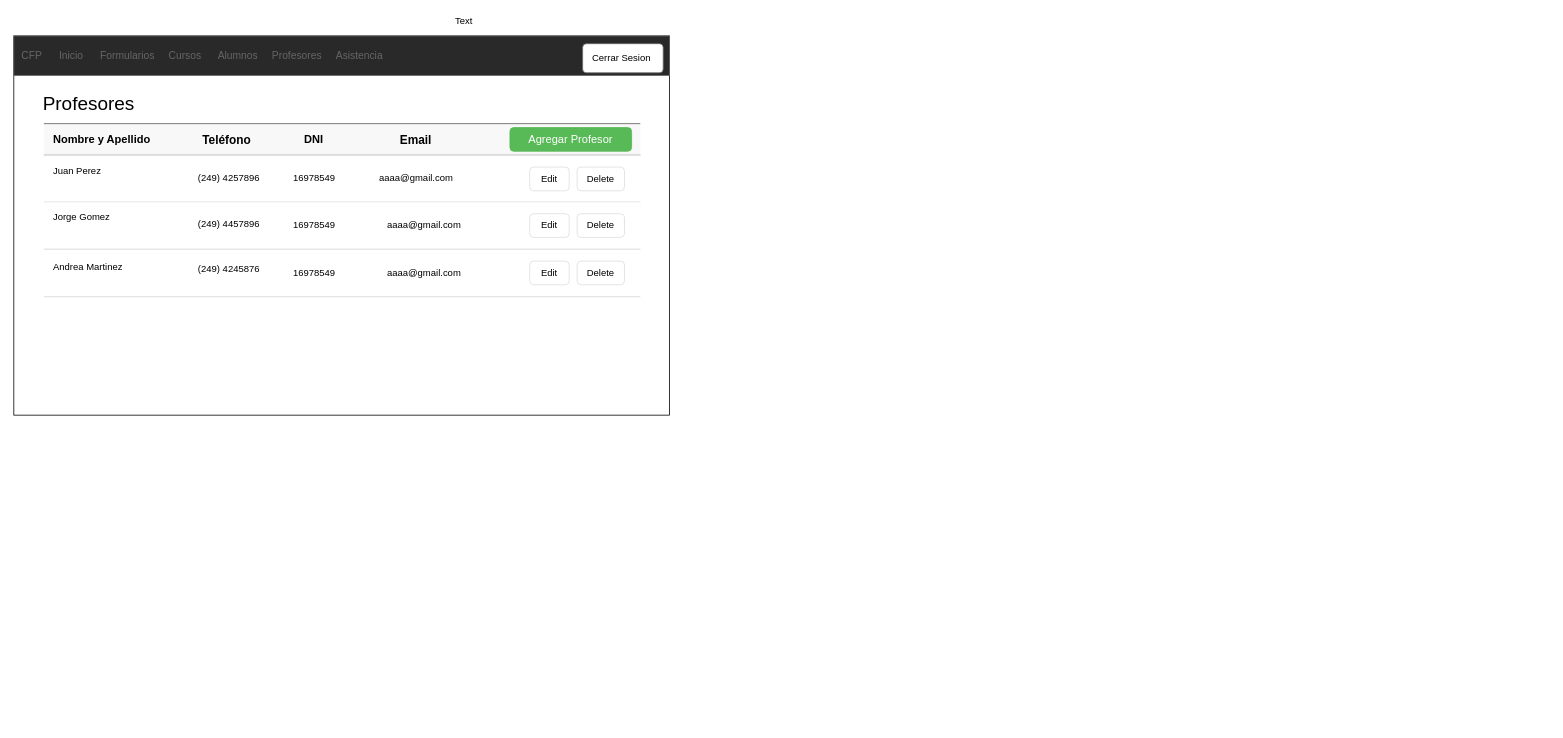
Above: - HTML/Profesores.drawio in mariela21180/institucional-cfp (draw.io), before the change. Source tidied: cells renumbered, new cells numbered last; positions are measured from the earlier drawing's top-left corner, leaving out a move shared by most shapes. Both pictures are drawn from the tidied source at 79%, with x=0, y=0 at pixel (13, 13).
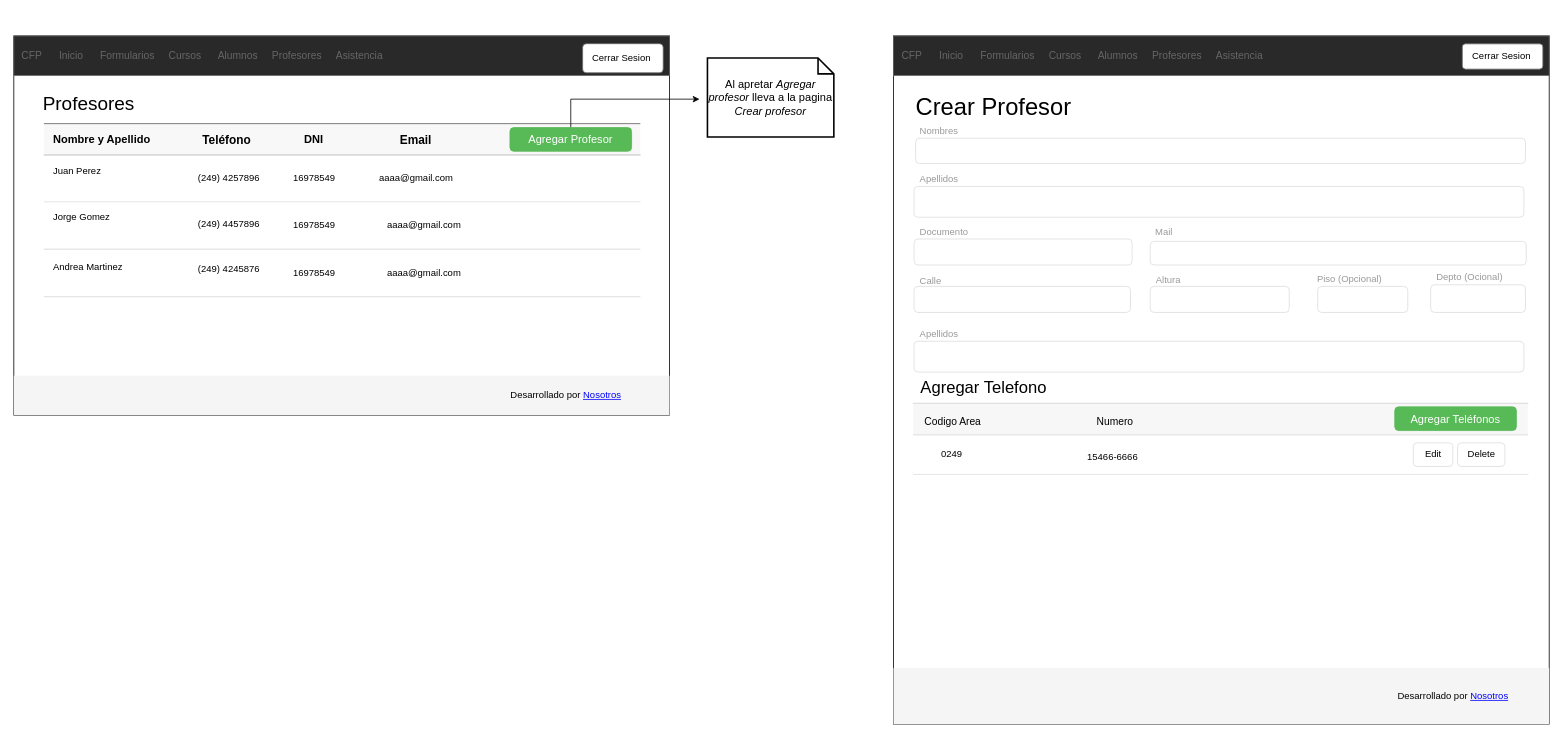
The same page after the edit.

Commit message (it also covers changes not shown here):
#3 mockup profesor / agregar profesor terminados

The change refers to these unchanged cells:
```xml
<mxCell id="2" style="strokeWidth=1;shadow=0;dashed=0;align=center;html=1;shape=mxgraph.mockup.containers.rrect;rSize=0;fontSize=17;verticalAlign=top;whiteSpace=wrap;spacingTop=32;fillColor=#ffffff;" parent="1" vertex="1">
  <mxGeometry y="28" width="830" height="480" as="geometry" />
</mxCell>
<mxCell id="8" style="html=1;shadow=0;dashed=0;shape=mxgraph.bootstrap.horLines;fillOpacity=3;fillColor=#333333;strokeColor=#666666;fontColor=#333333;" parent="7" vertex="1">
  <mxGeometry width="755" height="40" relative="1" as="geometry" />
</mxCell>
<mxCell id="13" value="Agregar Profesor" style="html=1;shadow=0;dashed=0;shape=mxgraph.bootstrap.rrect;rSize=5;fillColor=#58B957;align=center;strokeColor=#58B957;fontColor=#ffffff;fontSize=14;whiteSpace=wrap;" parent="8" vertex="1">
  <mxGeometry x="590" y="5" width="154" height="30" as="geometry" />
</mxCell>
<mxCell id="14" style="strokeColor=inherit;fillColor=inherit;gradientColor=inherit;html=1;shadow=0;dashed=0;shape=mxgraph.bootstrap.horLines;" parent="7" vertex="1">
  <mxGeometry width="755" height="60" relative="1" as="geometry">
    <mxPoint y="40" as="offset" />
  </mxGeometry>
</mxCell>
<mxCell id="21" style="strokeColor=inherit;fillColor=inherit;gradientColor=inherit;html=1;shadow=0;dashed=0;shape=mxgraph.bootstrap.horLines;" parent="7" vertex="1">
  <mxGeometry width="755" height="60" relative="1" as="geometry">
    <mxPoint y="99" as="offset" />
  </mxGeometry>
</mxCell>
<mxCell id="28" style="strokeColor=inherit;fillColor=inherit;gradientColor=inherit;html=1;shadow=0;dashed=0;shape=mxgraph.bootstrap.horLines;" parent="7" vertex="1">
  <mxGeometry width="755" height="60" relative="1" as="geometry">
    <mxPoint y="159" as="offset" />
  </mxGeometry>
</mxCell>
```

Change to the diagram source:
```diff
@@
+    <mxCell id="36" style="edgeStyle=orthogonalEdgeStyle;rounded=0;jettySize=auto;html=1;" parent="8" edge="1" source="13">
+      <mxGeometry relative="1" as="geometry">
+        <mxPoint x="830" y="-31" as="targetPoint" />
+        <Array as="points">
+          <mxPoint x="667" y="-31" />
+        </Array>
+      </mxGeometry>
+    </mxCell>
@@
-    <mxCell id="16" value="Edit" style="html=1;shadow=0;dashed=0;shape=mxgraph.bootstrap.rrect;rSize=5;strokeColor=#dddddd;fillColor=#ffffff;whiteSpace=wrap;" parent="14" vertex="1">
-      <mxGeometry x="1" width="50" height="30" relative="1" as="geometry">
-        <mxPoint x="-140" y="15" as="offset" />
-      </mxGeometry>
-    </mxCell>
-    <mxCell id="17" value="Delete" style="html=1;shadow=0;dashed=0;shape=mxgraph.bootstrap.rrect;rSize=5;strokeColor=#dddddd;fillColor=#ffffff;whiteSpace=wrap;" parent="14" vertex="1">
-      <mxGeometry x="1" width="60" height="30" relative="1" as="geometry">
-        <mxPoint x="-80" y="15" as="offset" />
-      </mxGeometry>
-    </mxCell>
@@
-    <mxCell id="23" value="Edit" style="html=1;shadow=0;dashed=0;shape=mxgraph.bootstrap.rrect;rSize=5;strokeColor=#dddddd;fillColor=#ffffff;whiteSpace=wrap;" parent="21" vertex="1">
-      <mxGeometry x="1" width="50" height="30" relative="1" as="geometry">
-        <mxPoint x="-140" y="15" as="offset" />
-      </mxGeometry>
-    </mxCell>
-    <mxCell id="24" value="Delete" style="html=1;shadow=0;dashed=0;shape=mxgraph.bootstrap.rrect;rSize=5;strokeColor=#dddddd;fillColor=#ffffff;whiteSpace=wrap;" parent="21" vertex="1">
-      <mxGeometry x="1" width="60" height="30" relative="1" as="geometry">
-        <mxPoint x="-80" y="15" as="offset" />
-      </mxGeometry>
-    </mxCell>
@@
-    <mxCell id="30" value="Edit" style="html=1;shadow=0;dashed=0;shape=mxgraph.bootstrap.rrect;rSize=5;strokeColor=#dddddd;fillColor=#ffffff;whiteSpace=wrap;" parent="28" vertex="1">
-      <mxGeometry x="1" width="50" height="30" relative="1" as="geometry">
-        <mxPoint x="-140" y="15" as="offset" />
-      </mxGeometry>
-    </mxCell>
-    <mxCell id="31" value="Delete" style="html=1;shadow=0;dashed=0;shape=mxgraph.bootstrap.rrect;rSize=5;strokeColor=#dddddd;fillColor=#ffffff;whiteSpace=wrap;" parent="28" vertex="1">
-      <mxGeometry x="1" width="60" height="30" relative="1" as="geometry">
-        <mxPoint x="-80" y="15" as="offset" />
-      </mxGeometry>
-    </mxCell>
@@
-    <mxCell id="35" value="Text" style="text;html=1;align=left;verticalAlign=top;spacingTop=-4;" parent="1" vertex="1">
-      <mxGeometry x="557" width="40" height="20" as="geometry" />
-    </mxCell>
+    <mxCell id="37" style="rounded=0;whiteSpace=wrap;html=1;fillColor=#f5f5f5;strokeColor=none;fontColor=#333333;" parent="2" vertex="1">
+      <mxGeometry y="430" width="830" height="50" as="geometry" />
+    </mxCell>
+    <mxCell id="38" value="Desarrollado por &lt;font color=&quot;#0000ff&quot;&gt;&lt;u&gt;Nosotros&lt;/u&gt;&lt;/font&gt;" style="text;html=1;strokeColor=none;fillColor=none;align=center;verticalAlign=middle;whiteSpace=wrap;rounded=0;" parent="2" vertex="1">
+      <mxGeometry x="588" y="445" width="222" height="20" as="geometry" />
+    </mxCell>
+    <mxCell id="39" value="Al apretar &lt;i&gt;Agregar profesor&lt;/i&gt; lleva a la pagina &lt;i&gt;Crear profesor&lt;/i&gt;" style="shape=note;strokeWidth=2;fontSize=14;size=20;whiteSpace=wrap;html=1;" parent="1" vertex="1">
+      <mxGeometry x="878" y="56" width="160" height="100" as="geometry" />
+    </mxCell>
+    <mxCell id="40" style="strokeWidth=1;shadow=0;dashed=0;align=center;html=1;shape=mxgraph.mockup.containers.rrect;rSize=0;fontSize=17;verticalAlign=top;whiteSpace=wrap;spacingTop=32;fillColor=#ffffff;" parent="1" vertex="1">
+      <mxGeometry x="1113.5" y="28" width="830" height="871" as="geometry" />
+    </mxCell>
+    <mxCell id="41" value="&lt;font style=&quot;font-size: 13px&quot;&gt;CFP&amp;nbsp; &amp;nbsp; &amp;nbsp; Inicio&amp;nbsp; &amp;nbsp; &amp;nbsp; Formularios&amp;nbsp; &amp;nbsp; &amp;nbsp;Cursos&amp;nbsp; &amp;nbsp; &amp;nbsp; Alumnos&amp;nbsp; &amp;nbsp; &amp;nbsp;Profesores&amp;nbsp; &amp;nbsp; &amp;nbsp;Asistencia&lt;/font&gt;" style="strokeWidth=1;shadow=0;dashed=0;align=center;html=1;shape=mxgraph.mockup.containers.rrect;rSize=0;fontSize=17;fontColor=#666666;strokeColor=#666666;align=left;spacingLeft=8;fillColor=#292929;" parent="40" vertex="1">
+      <mxGeometry width="830" height="50" relative="1" as="geometry" />
+    </mxCell>
+    <mxCell id="42" value="Cerrar Sesion&amp;nbsp;" style="rounded=1;whiteSpace=wrap;html=1;strokeColor=#666666;fillColor=#FFFFFF;arcSize=13;" parent="40" vertex="1">
+      <mxGeometry x="720" y="10" width="102" height="32" as="geometry" />
+    </mxCell>
+    <mxCell id="43" style="text;html=1;align=left;verticalAlign=top;spacingTop=-4;" parent="40" vertex="1">
+      <mxGeometry x="330" y="471.8" width="20" height="20" as="geometry" />
+    </mxCell>
+    <mxCell id="44" style="rounded=0;whiteSpace=wrap;html=1;fillColor=#f5f5f5;strokeColor=none;fontColor=#333333;" parent="40" vertex="1">
+      <mxGeometry y="800" width="830" height="71" as="geometry" />
+    </mxCell>
+    <mxCell id="45" value="Desarrollado por &lt;font color=&quot;#0000ff&quot;&gt;&lt;u&gt;Nosotros&lt;/u&gt;&lt;/font&gt;" style="text;html=1;strokeColor=none;fillColor=none;align=center;verticalAlign=middle;whiteSpace=wrap;rounded=0;" parent="40" vertex="1">
+      <mxGeometry x="597.5" y="817.5" width="222" height="36.3" as="geometry" />
+    </mxCell>
+    <mxCell id="46" value="Apellidos" style="html=1;shadow=0;dashed=0;shape=mxgraph.bootstrap.rect;strokeColor=none;fillColor=none;fontColor=#999999;align=left;spacingLeft=5;whiteSpace=wrap;rounded=0;" parent="40" vertex="1">
+      <mxGeometry x="26" y="171.5" width="62" height="19" as="geometry" />
+    </mxCell>
+    <mxCell id="47" style="html=1;shadow=0;dashed=0;shape=mxgraph.bootstrap.rrect;rSize=5;strokeColor=#dddddd;align=left;spacingLeft=10;fontSize=16;whiteSpace=wrap;rounded=0;" parent="40" vertex="1">
+      <mxGeometry x="28" y="129.5" width="772" height="32" as="geometry" />
+    </mxCell>
+    <mxCell id="48" value="Nombres" style="html=1;shadow=0;dashed=0;shape=mxgraph.bootstrap.rect;strokeColor=none;fillColor=none;fontColor=#999999;align=left;spacingLeft=5;whiteSpace=wrap;rounded=0;" parent="40" vertex="1">
+      <mxGeometry x="26" y="109" width="65" height="21" as="geometry" />
+    </mxCell>
+    <mxCell id="49" style="html=1;shadow=0;dashed=0;shape=mxgraph.bootstrap.rrect;rSize=5;strokeColor=#dddddd;align=left;spacingLeft=10;fontSize=16;whiteSpace=wrap;rounded=0;" parent="40" vertex="1">
+      <mxGeometry x="26" y="190.5" width="772" height="39" as="geometry" />
+    </mxCell>
+    <mxCell id="50" style="html=1;shadow=0;dashed=0;shape=mxgraph.bootstrap.rrect;rSize=5;strokeColor=#dddddd;align=left;spacingLeft=10;fontSize=16;whiteSpace=wrap;rounded=0;" parent="40" vertex="1">
+      <mxGeometry x="26" y="257" width="276" height="33" as="geometry" />
+    </mxCell>
+    <mxCell id="51" value="Documento" style="html=1;shadow=0;dashed=0;shape=mxgraph.bootstrap.rect;strokeColor=none;fillColor=none;fontColor=#999999;align=left;spacingLeft=5;whiteSpace=wrap;rounded=0;" parent="40" vertex="1">
+      <mxGeometry x="26" y="239" width="71" height="18" as="geometry" />
+    </mxCell>
+    <mxCell id="52" style="html=1;shadow=0;dashed=0;shape=mxgraph.bootstrap.rrect;rSize=5;strokeColor=#dddddd;align=left;spacingLeft=10;fontSize=16;whiteSpace=wrap;rounded=0;" parent="40" vertex="1">
+      <mxGeometry x="325" y="260" width="476" height="30" as="geometry" />
+    </mxCell>
+    <mxCell id="53" value="Mail" style="html=1;shadow=0;dashed=0;shape=mxgraph.bootstrap.rect;strokeColor=none;fillColor=none;fontColor=#999999;align=left;spacingLeft=5;whiteSpace=wrap;rounded=0;" parent="40" vertex="1">
+      <mxGeometry x="324.5" y="241" width="40" height="16" as="geometry" />
+    </mxCell>
+    <mxCell id="54" value="Crear Profesor" style="html=1;shadow=0;dashed=0;shape=mxgraph.bootstrap.rect;strokeColor=none;fillColor=none;fontSize=30;align=left;spacingLeft=10;" parent="40" vertex="1">
+      <mxGeometry x="16" y="69" width="214" height="41" as="geometry" />
+    </mxCell>
+    <mxCell id="55" style="html=1;shadow=0;dashed=0;shape=mxgraph.bootstrap.rrect;rSize=5;strokeColor=#dddddd;align=left;spacingLeft=10;fontSize=16;whiteSpace=wrap;rounded=0;" parent="40" vertex="1">
+      <mxGeometry x="26" y="317" width="274" height="33" as="geometry" />
+    </mxCell>
+    <mxCell id="56" style="html=1;shadow=0;dashed=0;shape=mxgraph.bootstrap.rrect;rSize=5;strokeColor=#dddddd;align=left;spacingLeft=10;fontSize=16;whiteSpace=wrap;rounded=0;" parent="40" vertex="1">
+      <mxGeometry x="325" y="317" width="176" height="33" as="geometry" />
+    </mxCell>
+    <mxCell id="57" style="html=1;shadow=0;dashed=0;shape=mxgraph.bootstrap.rrect;rSize=5;strokeColor=#dddddd;align=left;spacingLeft=10;fontSize=16;whiteSpace=wrap;rounded=0;" parent="40" vertex="1">
+      <mxGeometry x="537" y="317" width="114" height="33" as="geometry" />
+    </mxCell>
+    <mxCell id="58" value="Depto (Ocional)" style="html=1;shadow=0;dashed=0;shape=mxgraph.bootstrap.rect;strokeColor=none;fillColor=none;fontColor=#999999;align=left;spacingLeft=5;whiteSpace=wrap;rounded=0;" parent="40" vertex="1">
+      <mxGeometry x="680" y="297" width="95" height="15" as="geometry" />
+    </mxCell>
+    <mxCell id="59" value="Piso (Opcional)" style="html=1;shadow=0;dashed=0;shape=mxgraph.bootstrap.rect;strokeColor=none;fillColor=none;fontColor=#999999;align=left;spacingLeft=5;whiteSpace=wrap;rounded=0;" parent="40" vertex="1">
+      <mxGeometry x="529" y="297" width="94" height="21" as="geometry" />
+    </mxCell>
+    <mxCell id="60" value="Altura" style="html=1;shadow=0;dashed=0;shape=mxgraph.bootstrap.rect;strokeColor=none;fillColor=none;fontColor=#999999;align=left;spacingLeft=5;whiteSpace=wrap;rounded=0;" parent="40" vertex="1">
+      <mxGeometry x="325" y="297" width="45" height="23" as="geometry" />
+    </mxCell>
+    <mxCell id="61" value="Calle" style="html=1;shadow=0;dashed=0;shape=mxgraph.bootstrap.rect;strokeColor=none;fillColor=none;fontColor=#999999;align=left;spacingLeft=5;whiteSpace=wrap;rounded=0;" parent="40" vertex="1">
+      <mxGeometry x="26" y="299" width="44" height="21" as="geometry" />
+    </mxCell>
+    <mxCell id="62" style="html=1;shadow=0;dashed=0;shape=mxgraph.bootstrap.rrect;rSize=5;strokeColor=#dddddd;align=left;spacingLeft=10;fontSize=16;whiteSpace=wrap;rounded=0;" parent="40" vertex="1">
+      <mxGeometry x="680" y="315" width="120" height="35" as="geometry" />
+    </mxCell>
+    <mxCell id="63" style="shape=partialRectangle;right=0;left=0;strokeColor=#dddddd;fillColor=#ffffff;whiteSpace=wrap;" parent="40" vertex="1">
+      <mxGeometry x="25" y="465" width="778" height="88" as="geometry" />
+    </mxCell>
+    <mxCell id="64" style="html=1;shadow=0;dashed=0;shape=mxgraph.bootstrap.horLines;strokeColor=inherit;fillColor=#000000;fillOpacity=3;" parent="63" vertex="1">
+      <mxGeometry width="778" height="40" relative="1" as="geometry" />
+    </mxCell>
+    <mxCell id="65" style="strokeColor=inherit;fillColor=inherit;gradientColor=inherit;html=1;shadow=0;dashed=0;shape=mxgraph.bootstrap.horLines;" parent="63" vertex="1">
+      <mxGeometry width="778" height="50" relative="1" as="geometry">
+        <mxPoint y="40" as="offset" />
+      </mxGeometry>
+    </mxCell>
+    <mxCell id="66" value="Agregar Teléfonos" style="html=1;shadow=0;dashed=0;shape=mxgraph.bootstrap.rrect;rSize=5;fillColor=#58B957;align=center;strokeColor=#58B957;fontColor=#ffffff;fontSize=14;whiteSpace=wrap;" parent="63" vertex="1">
+      <mxGeometry x="609.5" y="4.5" width="154" height="30" as="geometry" />
+    </mxCell>
+    <mxCell id="67" value="Codigo Area" style="html=1;shadow=0;dashed=0;shape=mxgraph.bootstrap.rect;strokeColor=none;fillColor=none;fontColor=#000000;align=left;spacingLeft=5;whiteSpace=wrap;rounded=0;fontSize=13;" parent="63" vertex="1">
+      <mxGeometry x="7" y="13.2" width="83" height="20" as="geometry" />
+    </mxCell>
+    <mxCell id="68" value="0249" style="html=1;shadow=0;dashed=0;shape=mxgraph.bootstrap.rect;strokeColor=none;fillColor=none;align=left;spacingLeft=10;whiteSpace=wrap;" parent="63" vertex="1">
+      <mxGeometry width="50" height="40" relative="1" as="geometry">
+        <mxPoint x="23" y="44" as="offset" />
+      </mxGeometry>
+    </mxCell>
+    <mxCell id="69" value="Numero" style="html=1;shadow=0;dashed=0;shape=mxgraph.bootstrap.rect;strokeColor=none;fillColor=none;fontColor=#000000;align=left;spacingLeft=5;whiteSpace=wrap;rounded=0;fontSize=13;" parent="63" vertex="1">
+      <mxGeometry x="225" y="13.2" width="83" height="20" as="geometry" />
+    </mxCell>
+    <mxCell id="70" value="15466-6666" style="html=1;shadow=0;dashed=0;shape=mxgraph.bootstrap.rect;strokeColor=none;fillColor=none;align=left;valign=top;spacingLeft=10;verticalAlign=top;spacingTop=6;whiteSpace=wrap;" parent="63" vertex="1">
+      <mxGeometry width="90" height="40" relative="1" as="geometry">
+        <mxPoint x="208" y="48" as="offset" />
+      </mxGeometry>
+    </mxCell>
+    <mxCell id="71" value="Edit" style="html=1;shadow=0;dashed=0;shape=mxgraph.bootstrap.rrect;rSize=5;strokeColor=#dddddd;whiteSpace=wrap;" parent="63" vertex="1">
+      <mxGeometry x="1" width="50" height="30" relative="1" as="geometry">
+        <mxPoint x="-145" y="50" as="offset" />
+      </mxGeometry>
+    </mxCell>
+    <mxCell id="72" value="Delete" style="html=1;shadow=0;dashed=0;shape=mxgraph.bootstrap.rrect;rSize=5;strokeColor=#dddddd;whiteSpace=wrap;" parent="63" vertex="1">
+      <mxGeometry x="1" width="60" height="30" relative="1" as="geometry">
+        <mxPoint x="-89" y="50" as="offset" />
+      </mxGeometry>
+    </mxCell>
+    <mxCell id="73" value="Agregar Telefono" style="html=1;shadow=0;dashed=0;shape=mxgraph.bootstrap.rect;strokeColor=none;fillColor=none;fontSize=21;align=left;spacingLeft=10;" parent="40" vertex="1">
+      <mxGeometry x="22" y="425.2" width="250" height="40" as="geometry" />
+    </mxCell>
+    <mxCell id="74" value="Apellidos" style="html=1;shadow=0;dashed=0;shape=mxgraph.bootstrap.rect;strokeColor=none;fillColor=none;fontColor=#999999;align=left;spacingLeft=5;whiteSpace=wrap;rounded=0;" parent="40" vertex="1">
+      <mxGeometry x="26" y="367.5" width="62" height="19" as="geometry" />
+    </mxCell>
+    <mxCell id="75" style="html=1;shadow=0;dashed=0;shape=mxgraph.bootstrap.rrect;rSize=5;strokeColor=#dddddd;align=left;spacingLeft=10;fontSize=16;whiteSpace=wrap;rounded=0;" parent="40" vertex="1">
+      <mxGeometry x="26" y="386.5" width="772" height="39" as="geometry" />
+    </mxCell>
```
